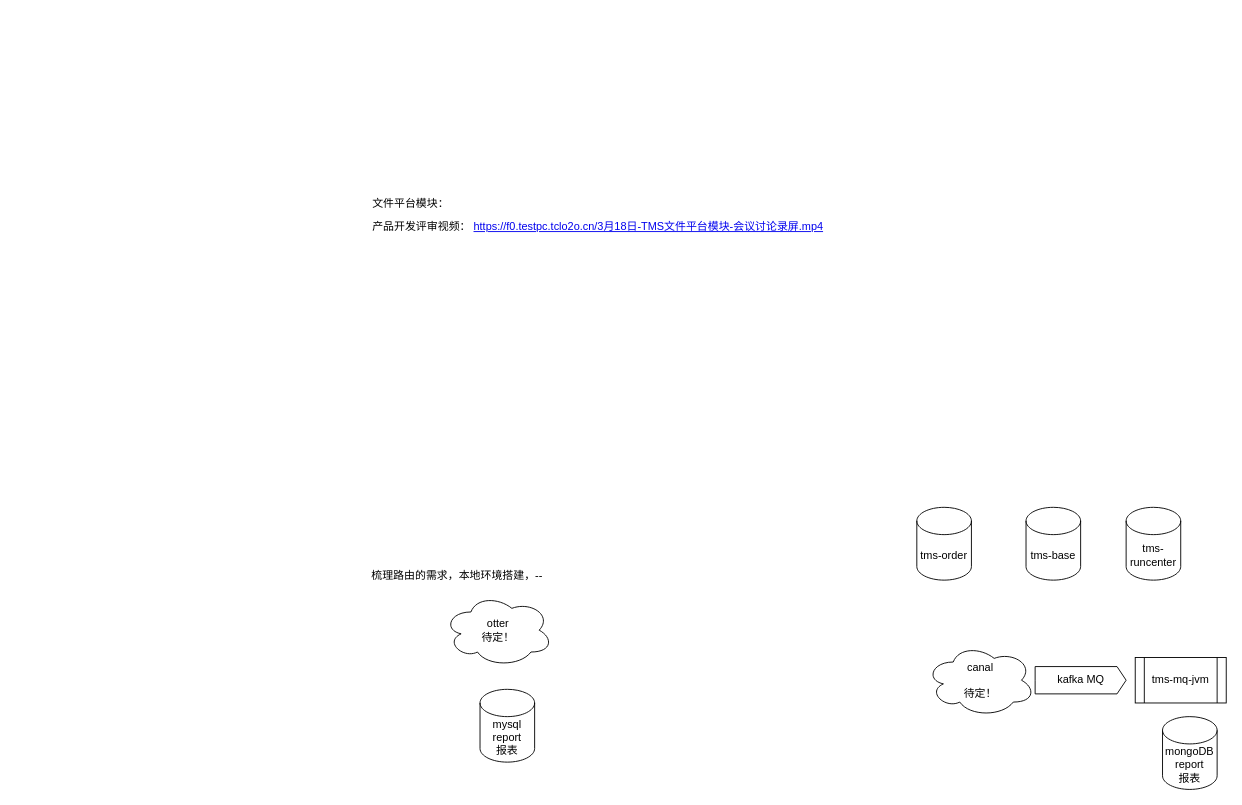
Earlier version of the draw.io diagram page "文件 & 报表" (10 of 11) of TMS.drawio (lawplus/diagrams). Source tidied: cells renumbered, new cells numbered last; positions are measured from the earlier drawing's top-left corner, leaving out a move shared by most shapes. Both pictures are drawn from the tidied source at 91%, with x=0, y=0 at pixel (343, 179).
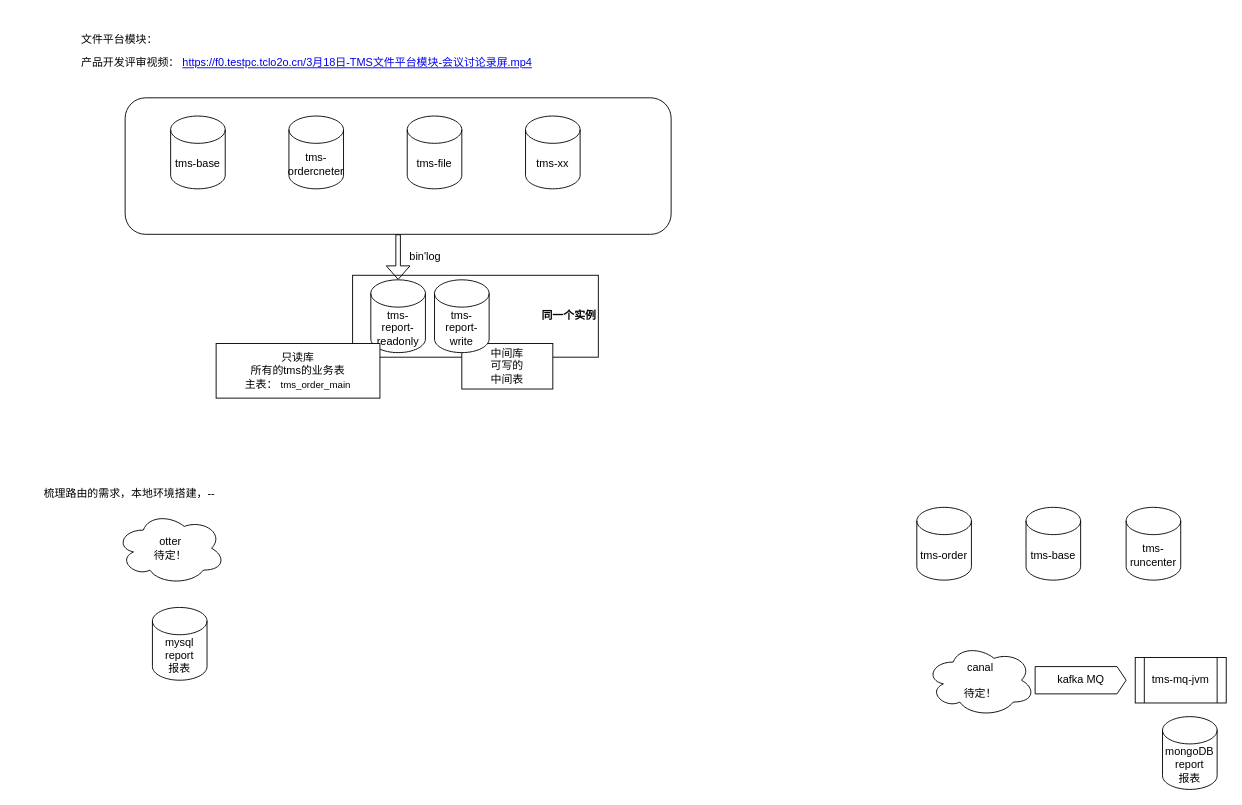
Above is the later version.

What changed in the source:
```diff
@@
+    <mxCell id="13" value="同一个实例" style="rounded=0;whiteSpace=wrap;html=1;align=right;fontStyle=1;" parent="1" vertex="1">
+      <mxGeometry x="10" y="105" width="270" height="90" as="geometry" />
+    </mxCell>
+    <mxCell id="14" style="rounded=1;whiteSpace=wrap;html=1;" parent="1" vertex="1">
+      <mxGeometry x="-240" y="-90" width="600" height="150" as="geometry" />
+    </mxCell>
@@
     <mxCell id="5" value="mysql&lt;br&gt;report&lt;br&gt;报表" style="shape=cylinder3;whiteSpace=wrap;html=1;boundedLbl=1;backgroundOutline=1;size=15;" parent="1" vertex="1">
-      <mxGeometry x="150" y="560" width="60" height="80" as="geometry" />
+      <mxGeometry x="-210" y="470" width="60" height="80" as="geometry" />
     </mxCell>
@@
     <mxCell id="9" value="梳理路由的需求，本地环境搭建，--" style="text;html=1;strokeColor=none;fillColor=none;align=center;verticalAlign=middle;whiteSpace=wrap;rounded=0;" parent="1" vertex="1">
-      <mxGeometry y="420" width="250" height="30" as="geometry" />
+      <mxGeometry x="-360" y="330" width="250" height="30" as="geometry" />
     </mxCell>
@@
     <mxCell id="11" value="otter&lt;br&gt;待定！" style="ellipse;shape=cloud;whiteSpace=wrap;html=1;" parent="1" vertex="1">
-      <mxGeometry x="110" y="455" width="120" height="80" as="geometry" />
+      <mxGeometry x="-250" y="365" width="120" height="80" as="geometry" />
     </mxCell>
     <mxCell id="12" value="&lt;p&gt;文件平台模块：&lt;/p&gt;&lt;p&gt;产品开发评审视频：&amp;nbsp;&lt;a href=&quot;https://f0.testpc.tclo2o.cn/3%E6%9C%8818%E6%97%A5-TMS%E6%96%87%E4%BB%B6%E5%B9%B3%E5%8F%B0%E6%A8%A1%E5%9D%97-%E4%BC%9A%E8%AE%AE%E8%AE%A8%E8%AE%BA%E5%BD%95%E5%B1%8F.mp4&quot;&gt;https://f0.testpc.tclo2o.cn/3月18日-TMS文件平台模块-会议讨论录屏.mp4&lt;/a&gt;&lt;/p&gt;" style="text;whiteSpace=wrap;html=1;" parent="1" vertex="1">
-      <mxGeometry x="30" width="520" height="50" as="geometry" />
+      <mxGeometry x="-290" y="-180" width="520" height="50" as="geometry" />
     </mxCell>
+    <mxCell id="15" value="tms-base" style="shape=cylinder3;whiteSpace=wrap;html=1;boundedLbl=1;backgroundOutline=1;size=15;" parent="1" vertex="1">
+      <mxGeometry x="-190" y="-70" width="60" height="80" as="geometry" />
+    </mxCell>
+    <mxCell id="16" value="tms-ordercneter" style="shape=cylinder3;whiteSpace=wrap;html=1;boundedLbl=1;backgroundOutline=1;size=15;" parent="1" vertex="1">
+      <mxGeometry x="-60" y="-70" width="60" height="80" as="geometry" />
+    </mxCell>
+    <mxCell id="17" value="tms-file" style="shape=cylinder3;whiteSpace=wrap;html=1;boundedLbl=1;backgroundOutline=1;size=15;" parent="1" vertex="1">
+      <mxGeometry x="70" y="-70" width="60" height="80" as="geometry" />
+    </mxCell>
+    <mxCell id="18" value="tms-xx" style="shape=cylinder3;whiteSpace=wrap;html=1;boundedLbl=1;backgroundOutline=1;size=15;" parent="1" vertex="1">
+      <mxGeometry x="200" y="-70" width="60" height="80" as="geometry" />
+    </mxCell>
+    <mxCell id="19" style="shape=flexArrow;endArrow=classic;html=1;rounded=0;width=5;endSize=4.61;entryX=0.5;entryY=0;entryDx=0;entryDy=0;entryPerimeter=0;" parent="1" edge="1" source="14" target="20">
+      <mxGeometry relative="1" as="geometry" />
+    </mxCell>
+    <mxCell id="20" value="tms-report-readonly" style="shape=cylinder3;whiteSpace=wrap;html=1;boundedLbl=1;backgroundOutline=1;size=15;" parent="1" vertex="1">
+      <mxGeometry x="30" y="110" width="60" height="80" as="geometry" />
+    </mxCell>
+    <mxCell id="21" value="中间库&lt;br&gt;可写的&lt;br&gt;中间表" style="rounded=0;whiteSpace=wrap;html=1;" parent="1" vertex="1">
+      <mxGeometry x="130" y="180" width="100" height="50" as="geometry" />
+    </mxCell>
+    <mxCell id="22" value="只读库&lt;br&gt;所有的tms的业务表&lt;br&gt;主表：&amp;nbsp;&lt;span style=&quot;font-size: 8pt ; font-family: &amp;#34;arial&amp;#34; ; text-align: justify&quot;&gt;tms_order_main&lt;/span&gt;" style="rounded=0;whiteSpace=wrap;html=1;" parent="1" vertex="1">
+      <mxGeometry x="-140" y="180" width="180" height="60" as="geometry" />
+    </mxCell>
+    <mxCell id="23" value="bin'log" style="text;html=1;strokeColor=none;fillColor=none;align=center;verticalAlign=middle;whiteSpace=wrap;rounded=0;" parent="1" vertex="1">
+      <mxGeometry x="60" y="70" width="60" height="30" as="geometry" />
+    </mxCell>
+    <mxCell id="24" value="tms-report-write" style="shape=cylinder3;whiteSpace=wrap;html=1;boundedLbl=1;backgroundOutline=1;size=15;" parent="1" vertex="1">
+      <mxGeometry x="100" y="110" width="60" height="80" as="geometry" />
+    </mxCell>
```
